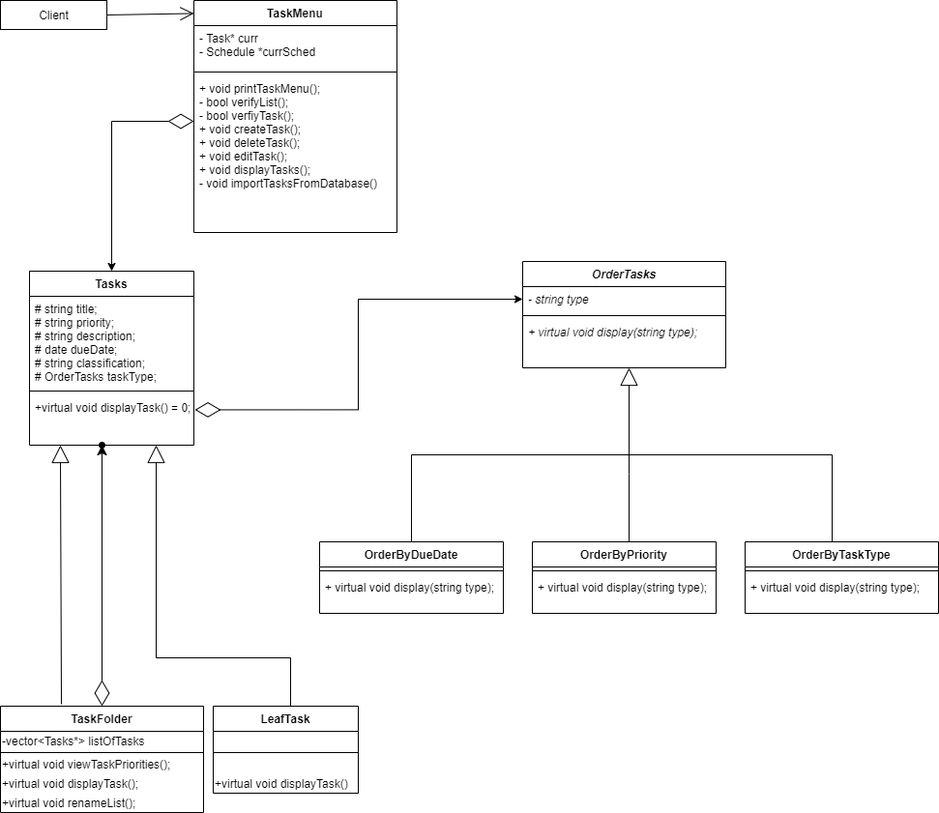
Above: images/cs100 final project class diagram.png in iarebwan/TaskScheduler (draw.io), before the change. Source tidied: cells renumbered, new cells last; positions are measured from the earlier drawing's top-left corner, leaving out a move shared by most shapes.
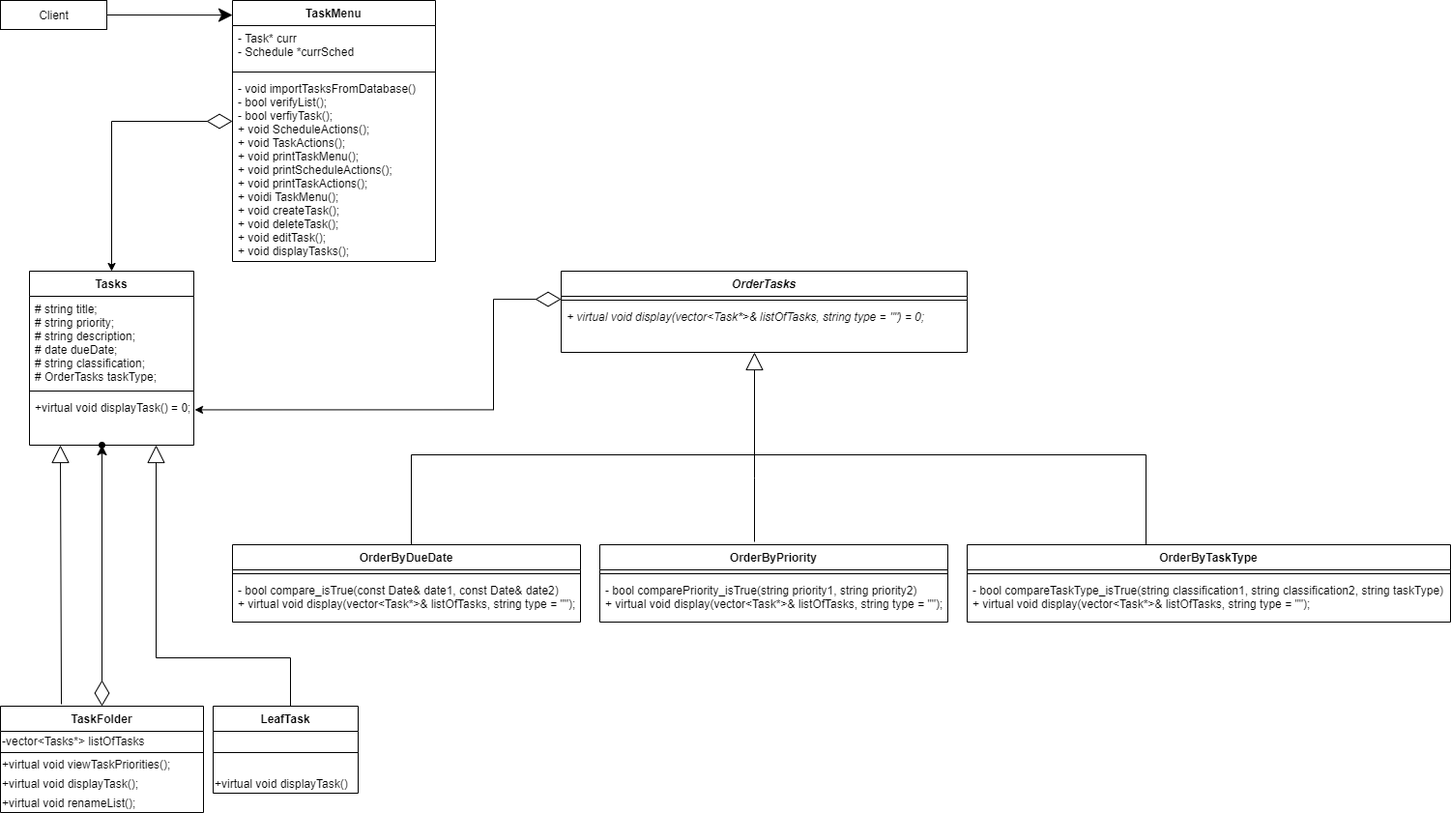
Later version of the same file.

Commit message:
Added updated OMT class diagram

The edit, as a diff of the source:
```diff
@@ -6,7 +6,7 @@
       <mxGeometry width="110" height="30" as="geometry" />
     </mxCell>
     <mxCell id="3" value="TaskMenu" style="swimlane;fontStyle=1;align=center;verticalAlign=top;horizontal=1;startSize=26;" parent="1" vertex="1">
-      <mxGeometry x="200" width="210" height="240" as="geometry" />
+      <mxGeometry x="240" width="210" height="270" as="geometry" />
     </mxCell>
     <mxCell id="4" value="- Task* curr&#10;- Schedule *currSched" style="text;strokeColor=none;fillColor=none;align=left;verticalAlign=top;spacingLeft=4;spacingRight=4;overflow=hidden;" parent="3" vertex="1">
       <mxGeometry y="26" width="210" height="44" as="geometry" />
@@ -14,20 +14,17 @@
     <mxCell id="5" style="line;strokeWidth=1;fillColor=none;align=left;verticalAlign=middle;spacingTop=-1;spacingLeft=3;spacingRight=3;labelPosition=right;" parent="3" vertex="1">
       <mxGeometry y="70" width="210" height="8" as="geometry" />
     </mxCell>
-    <mxCell id="6" value="+ void printTaskMenu();&#10;- bool verifyList();&#10;- bool verfiyTask();&#10;+ void createTask();&#10;+ void deleteTask();&#10;+ void editTask();&#10;+ void displayTasks();&#10;- void importTasksFromDatabase()" style="text;strokeColor=none;fillColor=none;align=left;verticalAlign=top;spacingLeft=4;spacingRight=4;overflow=hidden;points=[[0,0.5],[1,0.5]];portConstraint=eastwest;" parent="3" vertex="1">
-      <mxGeometry y="78" width="210" height="162" as="geometry" />
+    <mxCell id="6" value="- void importTasksFromDatabase()&#10;- bool verifyList();&#10;- bool verfiyTask();&#10;+ void ScheduleActions();&#10;+ void TaskActions();&#10;+ void printTaskMenu();&#10;+ void printScheduleActions();&#10;+ void printTaskActions();&#10;+ voidi TaskMenu();&#10;+ void createTask();&#10;+ void deleteTask();&#10;+ void editTask();&#10;+ void displayTasks();" style="text;strokeColor=none;fillColor=none;align=left;verticalAlign=top;spacingLeft=4;spacingRight=4;overflow=hidden;points=[[0,0.5],[1,0.5]];portConstraint=eastwest;" parent="3" vertex="1">
+      <mxGeometry y="78" width="210" height="192" as="geometry" />
     </mxCell>
     <mxCell id="7" value="OrderTasks" style="swimlane;fontStyle=3;align=center;verticalAlign=top;horizontal=1;startSize=26;" parent="1" vertex="1">
-      <mxGeometry x="540" y="270" width="210" height="110" as="geometry" />
+      <mxGeometry x="580" y="280" width="420" height="84" as="geometry" />
     </mxCell>
-    <mxCell id="8" value="- string type" style="text;strokeColor=none;fillColor=none;align=left;verticalAlign=top;spacingLeft=4;spacingRight=4;overflow=hidden;points=[[0,0.5],[1,0.5]];portConstraint=eastwest;fontStyle=2;" parent="7" vertex="1">
-      <mxGeometry y="26" width="210" height="26" as="geometry" />
-    </mxCell>
     <mxCell id="9" style="line;strokeWidth=1;fillColor=none;align=left;verticalAlign=middle;spacingTop=-1;spacingLeft=3;spacingRight=3;labelPosition=right;points=[];portConstraint=eastwest;" parent="7" vertex="1">
-      <mxGeometry y="52" width="210" height="8" as="geometry" />
+      <mxGeometry y="26" width="420" height="8" as="geometry" />
     </mxCell>
-    <mxCell id="10" value="+ virtual void display(string type);" style="text;strokeColor=none;fillColor=none;align=left;verticalAlign=top;spacingLeft=4;spacingRight=4;overflow=hidden;points=[[0,0.5],[1,0.5]];portConstraint=eastwest;fontStyle=2;" parent="7" vertex="1">
-      <mxGeometry y="60" width="210" height="50" as="geometry" />
+    <mxCell id="10" value="+ virtual void display(vector&lt;Task*&gt;&amp; listOfTasks, string type = &quot;&quot;) = 0;" style="text;strokeColor=none;fillColor=none;align=left;verticalAlign=top;spacingLeft=4;spacingRight=4;overflow=hidden;points=[[0,0.5],[1,0.5]];portConstraint=eastwest;fontStyle=2;" parent="7" vertex="1">
+      <mxGeometry y="34" width="420" height="50" as="geometry" />
     </mxCell>
     <mxCell id="11" value="Tasks" style="swimlane;fontStyle=1;align=center;verticalAlign=top;horizontal=1;startSize=26;" parent="1" vertex="1">
       <mxGeometry x="30" y="280" width="170" height="180" as="geometry" />
@@ -42,31 +39,31 @@
       <mxGeometry y="128" width="170" height="52" as="geometry" />
     </mxCell>
     <mxCell id="15" value="OrderByDueDate" style="swimlane;fontStyle=1;align=center;verticalAlign=top;horizontal=1;startSize=26;" parent="1" vertex="1">
-      <mxGeometry x="330" y="560" width="190" height="74" as="geometry" />
+      <mxGeometry x="240" y="563" width="360" height="80" as="geometry" />
     </mxCell>
     <mxCell id="16" style="line;strokeWidth=1;fillColor=none;align=left;verticalAlign=middle;spacingTop=-1;spacingLeft=3;spacingRight=3;labelPosition=right;" parent="15" vertex="1">
-      <mxGeometry y="26" width="190" height="8" as="geometry" />
+      <mxGeometry y="26" width="360" height="8" as="geometry" />
     </mxCell>
-    <mxCell id="17" value="+ virtual void display(string type);" style="text;strokeColor=none;fillColor=none;align=left;verticalAlign=top;spacingLeft=4;spacingRight=4;overflow=hidden;" parent="15" vertex="1">
-      <mxGeometry y="34" width="190" height="40" as="geometry" />
+    <mxCell id="17" value="- bool compare_isTrue(const Date&amp; date1, const Date&amp; date2)&#10;+ virtual void display(vector&lt;Task*&gt;&amp; listOfTasks, string type = &quot;&quot;);" style="text;strokeColor=none;fillColor=none;align=left;verticalAlign=top;spacingLeft=4;spacingRight=4;overflow=hidden;" parent="15" vertex="1">
+      <mxGeometry y="34" width="360" height="46" as="geometry" />
     </mxCell>
     <mxCell id="18" value="OrderByPriority" style="swimlane;fontStyle=1;align=center;verticalAlign=top;horizontal=1;startSize=26;" parent="1" vertex="1">
-      <mxGeometry x="550" y="560" width="190" height="74" as="geometry" />
+      <mxGeometry x="620" y="563" width="360" height="80" as="geometry" />
     </mxCell>
     <mxCell id="19" style="line;strokeWidth=1;fillColor=none;align=left;verticalAlign=middle;spacingTop=-1;spacingLeft=3;spacingRight=3;labelPosition=right;" parent="18" vertex="1">
-      <mxGeometry y="26" width="190" height="8" as="geometry" />
+      <mxGeometry y="26" width="360" height="8" as="geometry" />
     </mxCell>
-    <mxCell id="20" value="+ virtual void display(string type);" style="text;strokeColor=none;fillColor=none;align=left;verticalAlign=top;spacingLeft=4;spacingRight=4;overflow=hidden;" parent="18" vertex="1">
-      <mxGeometry y="34" width="190" height="40" as="geometry" />
+    <mxCell id="20" value="- bool comparePriority_isTrue(string priority1, string priority2)&#10;+ virtual void display(vector&lt;Task*&gt;&amp; listOfTasks, string type = &quot;&quot;);" style="text;strokeColor=none;fillColor=none;align=left;verticalAlign=top;spacingLeft=4;spacingRight=4;overflow=hidden;" parent="18" vertex="1">
+      <mxGeometry y="34" width="360" height="46" as="geometry" />
     </mxCell>
     <mxCell id="21" value="OrderByTaskType" style="swimlane;fontStyle=1;align=center;verticalAlign=top;horizontal=1;startSize=26;" parent="1" vertex="1">
-      <mxGeometry x="770" y="560" width="200" height="74" as="geometry" />
+      <mxGeometry x="1000" y="563" width="500" height="80" as="geometry" />
     </mxCell>
     <mxCell id="22" style="line;strokeWidth=1;fillColor=none;align=left;verticalAlign=middle;spacingTop=-1;spacingLeft=3;spacingRight=3;labelPosition=right;" parent="21" vertex="1">
-      <mxGeometry y="26" width="200" height="8" as="geometry" />
+      <mxGeometry y="26" width="500" height="8" as="geometry" />
     </mxCell>
-    <mxCell id="23" value="+ virtual void display(string type);" style="text;strokeColor=none;fillColor=none;align=left;verticalAlign=top;spacingLeft=4;spacingRight=4;overflow=hidden;" parent="21" vertex="1">
-      <mxGeometry y="34" width="200" height="40" as="geometry" />
+    <mxCell id="23" value="- bool compareTaskType_isTrue(string classification1, string classification2, string taskType)&#10;+ virtual void display(vector&lt;Task*&gt;&amp; listOfTasks, string type = &quot;&quot;);" style="text;strokeColor=none;fillColor=none;align=left;verticalAlign=top;spacingLeft=4;spacingRight=4;overflow=hidden;" parent="21" vertex="1">
+      <mxGeometry y="34" width="500" height="46" as="geometry" />
     </mxCell>
     <mxCell id="24" value="TaskFolder" style="swimlane;fontStyle=1;align=center;verticalAlign=top;horizontal=1;startSize=26;" parent="1" vertex="1">
       <mxGeometry y="730" width="210" height="110" as="geometry" />
@@ -86,7 +83,7 @@
     <mxCell id="29" value="&lt;span&gt;+virtual void renameList();&lt;/span&gt;" style="text;html=1;align=left;verticalAlign=middle;strokeColor=none;" parent="24" vertex="1">
       <mxGeometry y="90" width="210" height="20" as="geometry" />
     </mxCell>
-    <mxCell id="30" style="endArrow=open;endFill=1;endSize=12;html=1;rounded=0;exitX=1;exitY=0.5;exitDx=0;exitDy=0;entryX=0;entryY=0.056;entryDx=0;entryDy=0;entryPerimeter=0;" parent="1" edge="1" source="2" target="3">
+    <mxCell id="30" style="endArrow=classic;endFill=1;endSize=12;html=1;rounded=0;exitX=1;exitY=0.5;exitDx=0;exitDy=0;entryX=0;entryY=0.056;entryDx=0;entryDy=0;entryPerimeter=0;" parent="1" edge="1" source="2" target="3">
       <mxGeometry relative="1" as="geometry" />
     </mxCell>
     <mxCell id="31" style="endArrow=diamondThin;endFill=0;endSize=24;html=1;rounded=0;edgeStyle=orthogonalEdgeStyle;exitX=0.5;exitY=0;exitDx=0;exitDy=0;startArrow=classic;startFill=1;" parent="1" edge="1" source="11" target="6">
@@ -96,15 +93,12 @@
         </Array>
       </mxGeometry>
     </mxCell>
-    <mxCell id="32" style="endArrow=diamondThin;endFill=0;endSize=24;html=1;rounded=0;edgeStyle=orthogonalEdgeStyle;entryX=1.006;entryY=0.297;entryDx=0;entryDy=0;entryPerimeter=0;exitX=0;exitY=0.5;exitDx=0;exitDy=0;startArrow=classic;startFill=1;" parent="1" edge="1" source="8" target="14">
-      <mxGeometry relative="1" as="geometry" />
-    </mxCell>
-    <mxCell id="33" style="endArrow=block;endSize=16;endFill=0;html=1;rounded=0;edgeStyle=orthogonalEdgeStyle;exitX=0.5;exitY=0;exitDx=0;exitDy=0;" parent="1" edge="1" source="15">
+    <mxCell id="33" style="endArrow=block;endSize=16;endFill=0;html=1;rounded=0;edgeStyle=orthogonalEdgeStyle;exitX=0.5;exitY=0;exitDx=0;exitDy=0;" parent="1" edge="1" source="15" target="10">
       <mxGeometry x="-0.12" y="10" relative="1" as="geometry">
-        <mxPoint x="650" y="380" as="targetPoint" />
         <Array as="points">
+          <mxPoint x="425" y="563" />
           <mxPoint x="425" y="470" />
-          <mxPoint x="650" y="470" />
+          <mxPoint x="780" y="470" />
         </Array>
       </mxGeometry>
     </mxCell>
@@ -112,21 +106,10 @@
       <mxGeometry relative="1" as="geometry">
         <mxPoint x="640" y="470" as="sourcePoint" />
         <Array as="points">
-          <mxPoint x="860" y="470" />
-          <mxPoint x="860" y="560" />
+          <mxPoint x="1185" y="470" />
         </Array>
       </mxGeometry>
     </mxCell>
-    <mxCell id="35" style="endArrow=none;html=1;edgeStyle=orthogonalEdgeStyle;rounded=0;" parent="1" edge="1">
-      <mxGeometry relative="1" as="geometry">
-        <mxPoint x="650" y="470" as="sourcePoint" />
-        <mxPoint x="650" y="560" as="targetPoint" />
-        <Array as="points">
-          <mxPoint x="650" y="490" />
-          <mxPoint x="650" y="490" />
-        </Array>
-      </mxGeometry>
-    </mxCell>
     <mxCell id="36" value="LeafTask" style="swimlane;fontStyle=1;align=center;verticalAlign=top;horizontal=1;startSize=26;" parent="1" vertex="1">
       <mxGeometry x="220" y="730" width="150" height="90" as="geometry" />
     </mxCell>
@@ -161,5 +144,23 @@
         <mxPoint x="105" y="690" as="sourcePoint" />
       </mxGeometry>
     </mxCell>
+    <mxCell id="35" style="endArrow=none;html=1;edgeStyle=orthogonalEdgeStyle;rounded=0;" parent="1" edge="1">
+      <mxGeometry relative="1" as="geometry">
+        <mxPoint x="780" y="470" as="sourcePoint" />
+        <mxPoint x="780" y="560" as="targetPoint" />
+        <Array as="points">
+          <mxPoint x="780.4" y="494" />
+          <mxPoint x="780.4" y="494" />
+        </Array>
+      </mxGeometry>
+    </mxCell>
+    <mxCell id="32" style="endArrow=diamondThin;endFill=0;endSize=24;html=1;rounded=0;edgeStyle=orthogonalEdgeStyle;entryX=0;entryY=0.382;entryDx=0;entryDy=0;entryPerimeter=0;exitX=1.006;exitY=0.297;exitDx=0;exitDy=0;startArrow=classic;startFill=1;exitPerimeter=0;" parent="1" edge="1" source="14" target="9">
+      <mxGeometry relative="1" as="geometry">
+        <Array as="points">
+          <mxPoint x="510" y="423" />
+          <mxPoint x="510" y="309" />
+        </Array>
+      </mxGeometry>
+    </mxCell>
   </root>
 </mxGraphModel>
```
